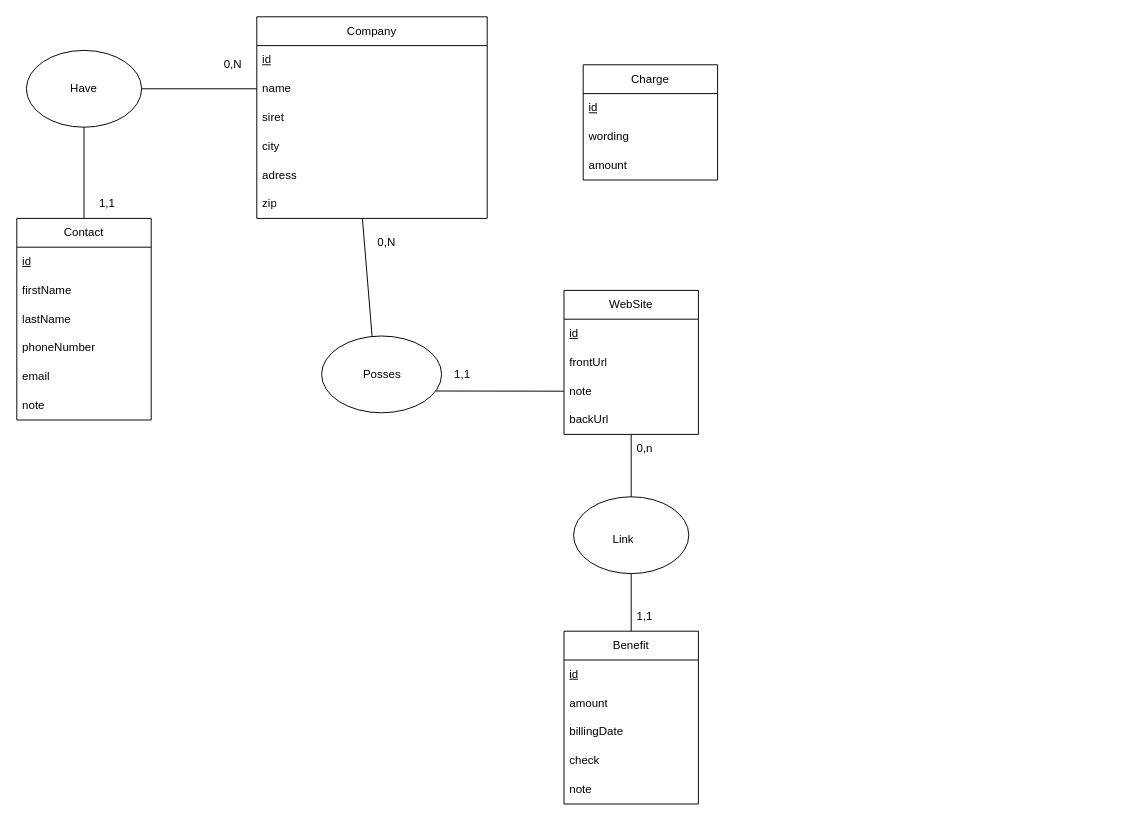
The draw.io diagram Diagramme sans nom.drawio in Yvan-Quilliard/DataBaseCreator, before the edit. Source tidied: cells renumbered, new cells numbered last; positions are measured from the earlier drawing's top-left corner, leaving out a move shared by most shapes. Both pictures are drawn from the tidied source at 96%, with x=0, y=0 at pixel (16, 16).
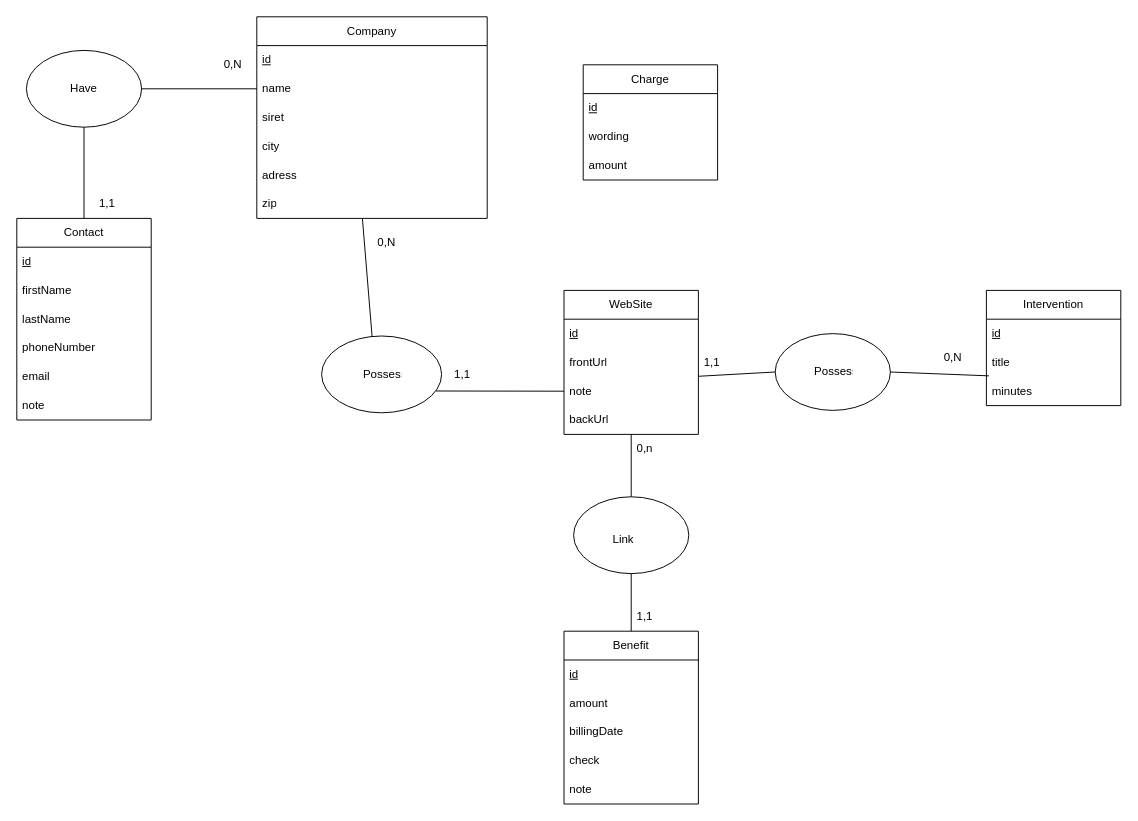
The same diagram, later.

Commit message:
Mettre à jour Diagramme sans nom.drawio

The change refers to these unchanged cells:
```xml
<mxCell id="12" value="frontUrl" style="text;strokeColor=none;fillColor=none;align=left;verticalAlign=middle;spacingLeft=4;spacingRight=4;overflow=hidden;points=[[0,0.5],[1,0.5]];portConstraint=eastwest;whiteSpace=wrap;html=1;" parent="10" vertex="1">
  <mxGeometry y="60" width="140" height="30" as="geometry" />
</mxCell>
```

Change to the diagram source:
```diff
@@
+    <mxCell id="49" style="endArrow=none;html=1;rounded=0;exitX=1;exitY=0.5;exitDx=0;exitDy=0;entryX=0.019;entryY=-0.033;entryDx=0;entryDy=0;entryPerimeter=0;startArrow=none;" parent="1" edge="1" source="57" target="53">
+      <mxGeometry relative="1" as="geometry" />
+    </mxCell>
+    <mxCell id="50" value="Intervention" style="swimlane;fontStyle=0;horizontal=1;startSize=30;whiteSpace=wrap;html=1;" parent="1" vertex="1">
+      <mxGeometry x="1010" y="285" width="140" height="120" as="geometry" />
+    </mxCell>
+    <mxCell id="51" value="id" style="text;strokeColor=none;fillColor=none;align=left;verticalAlign=middle;spacingLeft=4;spacingRight=4;overflow=hidden;whiteSpace=wrap;html=1;fontStyle=4;" parent="50" vertex="1">
+      <mxGeometry y="30" width="140" height="30" as="geometry" />
+    </mxCell>
+    <mxCell id="52" value="title" style="text;strokeColor=none;fillColor=none;align=left;verticalAlign=middle;spacingLeft=4;spacingRight=4;overflow=hidden;whiteSpace=wrap;html=1;" parent="50" vertex="1">
+      <mxGeometry y="60" width="140" height="30" as="geometry" />
+    </mxCell>
+    <mxCell id="53" value="minutes" style="text;strokeColor=none;fillColor=none;align=left;verticalAlign=middle;spacingLeft=4;spacingRight=4;overflow=hidden;points=[[0,0.5],[1,0.5]];portConstraint=eastwest;whiteSpace=wrap;html=1;" parent="50" vertex="1">
+      <mxGeometry y="90" width="140" height="30" as="geometry" />
+    </mxCell>
+    <mxCell id="54" value="1,1" style="text;strokeColor=none;fillColor=none;align=left;verticalAlign=middle;spacingLeft=4;spacingRight=4;overflow=hidden;whiteSpace=wrap;html=1;" parent="1" vertex="1">
+      <mxGeometry x="710" y="345" width="80" height="30" as="geometry" />
+    </mxCell>
+    <mxCell id="55" value="0,N" style="text;strokeColor=none;fillColor=none;align=left;verticalAlign=middle;spacingLeft=4;spacingRight=4;overflow=hidden;whiteSpace=wrap;html=1;" parent="1" vertex="1">
+      <mxGeometry x="960" y="340" width="40" height="30" as="geometry" />
+    </mxCell>
+    <mxCell id="56" style="endArrow=none;html=1;rounded=0;exitX=1.004;exitY=0.981;exitDx=0;exitDy=0;exitPerimeter=0;entryX=0;entryY=0.5;entryDx=0;entryDy=0;" parent="1" edge="1" source="12" target="57">
+      <mxGeometry relative="1" as="geometry" />
+    </mxCell>
+    <mxCell id="57" style="ellipse;whiteSpace=wrap;html=1;" parent="1" vertex="1">
+      <mxGeometry x="790" y="330" width="120" height="80" as="geometry" />
+    </mxCell>
+    <mxCell id="58" value="Possess" style="text;strokeColor=none;fillColor=none;align=left;verticalAlign=middle;spacingLeft=4;spacingRight=4;overflow=hidden;whiteSpace=wrap;html=1;" parent="1" vertex="1">
+      <mxGeometry x="825" y="355" width="50" height="30" as="geometry" />
+    </mxCell>
```
